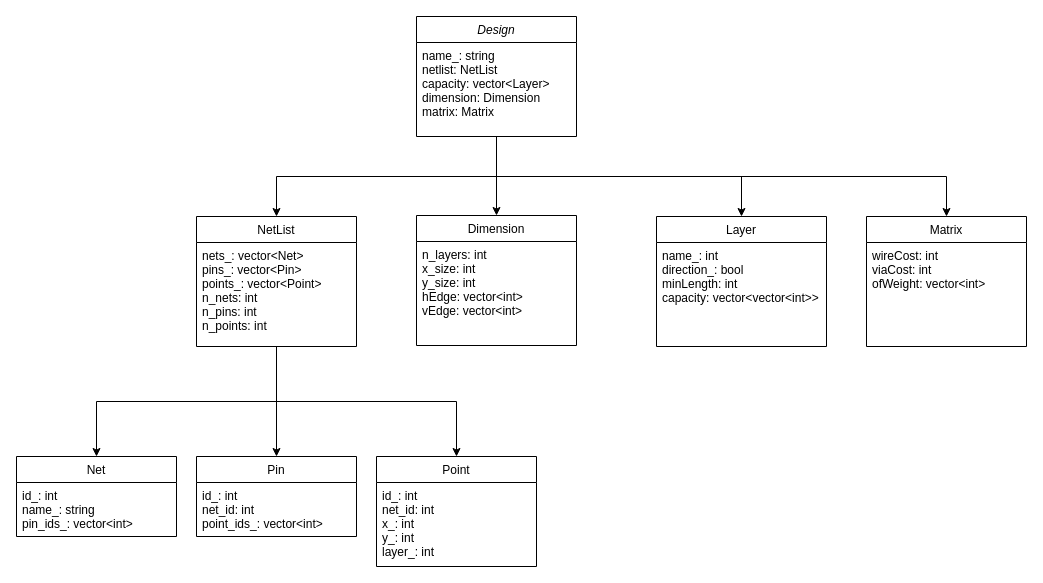
Above: Interface.drawio in Alanhsiu/NTUGR (draw.io), before the change. Source tidied: cells renumbered, new cells numbered last; positions are measured from the earlier drawing's top-left corner, leaving out a move shared by most shapes. Both pictures are drawn from the tidied source at 100%, with x=0, y=0 at pixel (16, 16).
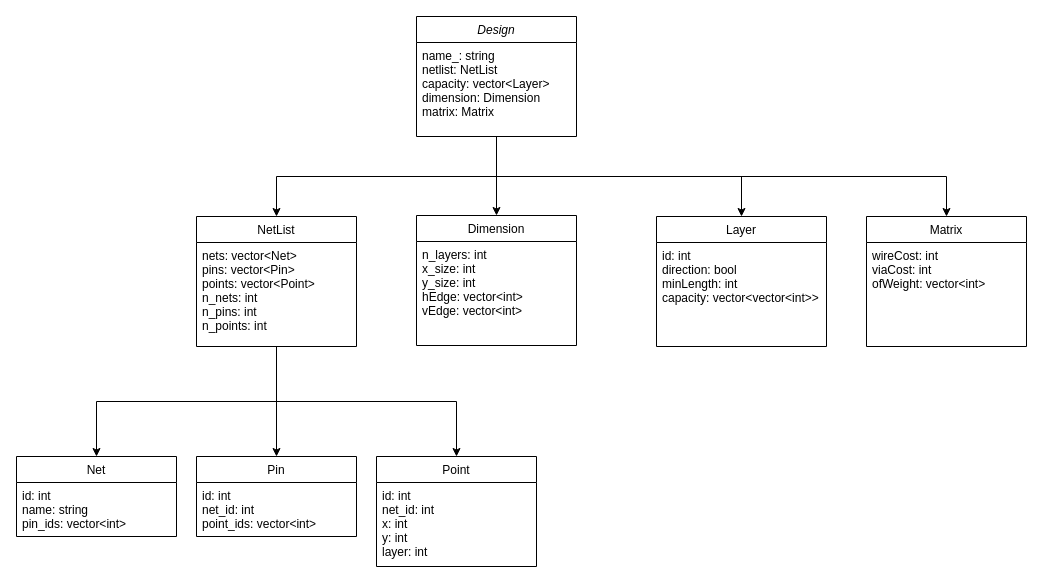
The same diagram, later.

Unchanged cells that the change refers to:
```xml
<mxCell id="5" value="NetList" style="swimlane;fontStyle=0;align=center;verticalAlign=top;horizontal=1;startSize=26;rounded=0;shadow=0;strokeWidth=1;" parent="1" vertex="1">
  <mxGeometry x="180" y="200" width="160" height="130" as="geometry" />
</mxCell>
<mxCell id="7" value="Net" style="swimlane;fontStyle=0;align=center;verticalAlign=top;horizontal=1;startSize=26;rounded=0;shadow=0;strokeWidth=1;" parent="1" vertex="1">
  <mxGeometry y="440" width="160" height="80" as="geometry" />
</mxCell>
<mxCell id="9" value="Pin" style="swimlane;fontStyle=0;align=center;verticalAlign=top;horizontal=1;startSize=26;rounded=0;shadow=0;strokeWidth=1;" parent="1" vertex="1">
  <mxGeometry x="180" y="440" width="160" height="80" as="geometry" />
</mxCell>
<mxCell id="13" value="Point" style="swimlane;fontStyle=0;align=center;verticalAlign=top;horizontal=1;startSize=26;rounded=0;shadow=0;strokeWidth=1;" parent="1" vertex="1">
  <mxGeometry x="360" y="440" width="160" height="110" as="geometry" />
</mxCell>
<mxCell id="23" value="Layer" style="swimlane;fontStyle=0;align=center;verticalAlign=top;horizontal=1;startSize=26;rounded=0;shadow=0;strokeWidth=1;" parent="1" vertex="1">
  <mxGeometry x="640" y="200" width="170" height="130" as="geometry" />
</mxCell>
```

Change to the diagram source:
```diff
@@
-    <mxCell id="6" value="nets_: vector&lt;Net&gt;&#10;pins_: vector&lt;Pin&gt;&#10;points_: vector&lt;Point&gt;&#10;n_nets: int&#10;n_pins: int&#10;n_points: int" style="text;align=left;verticalAlign=top;spacingLeft=4;spacingRight=4;overflow=hidden;" parent="5" vertex="1">
+    <mxCell id="6" value="nets: vector&lt;Net&gt;&#10;pins: vector&lt;Pin&gt;&#10;points: vector&lt;Point&gt;&#10;n_nets: int&#10;n_pins: int&#10;n_points: int" style="text;align=left;verticalAlign=top;spacingLeft=4;spacingRight=4;overflow=hidden;" parent="5" vertex="1">
       <mxGeometry y="26" width="160" height="104" as="geometry" />
     </mxCell>
@@
-    <mxCell id="8" value="id_: int&#10;name_: string&#10;pin_ids_: vector&lt;int&gt;" style="text;align=left;verticalAlign=top;spacingLeft=4;spacingRight=4;overflow=hidden;rounded=0;shadow=0;html=0;" parent="7" vertex="1">
+    <mxCell id="8" value="id: int&#10;name: string&#10;pin_ids: vector&lt;int&gt;" style="text;align=left;verticalAlign=top;spacingLeft=4;spacingRight=4;overflow=hidden;rounded=0;shadow=0;html=0;" parent="7" vertex="1">
       <mxGeometry y="26" width="160" height="54" as="geometry" />
     </mxCell>
@@
-    <mxCell id="10" value="id_: int&#10;net_id: int&#10;point_ids_: vector&lt;int&gt;" style="text;align=left;verticalAlign=top;spacingLeft=4;spacingRight=4;overflow=hidden;" parent="9" vertex="1">
+    <mxCell id="10" value="id: int&#10;net_id: int&#10;point_ids: vector&lt;int&gt;" style="text;align=left;verticalAlign=top;spacingLeft=4;spacingRight=4;overflow=hidden;" parent="9" vertex="1">
       <mxGeometry y="26" width="160" height="54" as="geometry" />
     </mxCell>
@@
-    <mxCell id="14" value="id_: int&#10;net_id: int&#10;x_: int&#10;y_: int&#10;layer_: int" style="text;align=left;verticalAlign=top;spacingLeft=4;spacingRight=4;overflow=hidden;" parent="13" vertex="1">
+    <mxCell id="14" value="id: int&#10;net_id: int&#10;x: int&#10;y: int&#10;layer: int" style="text;align=left;verticalAlign=top;spacingLeft=4;spacingRight=4;overflow=hidden;" parent="13" vertex="1">
       <mxGeometry y="26" width="160" height="84" as="geometry" />
     </mxCell>
@@
-    <mxCell id="24" value="name_: int&#10;direction_: bool&#10;minLength: int&#10;capacity: vector&lt;vector&lt;int&gt;&gt;" style="text;align=left;verticalAlign=top;spacingLeft=4;spacingRight=4;overflow=hidden;" parent="23" vertex="1">
+    <mxCell id="24" value="id: int&#10;direction: bool&#10;minLength: int&#10;capacity: vector&lt;vector&lt;int&gt;&gt;" style="text;align=left;verticalAlign=top;spacingLeft=4;spacingRight=4;overflow=hidden;" parent="23" vertex="1">
       <mxGeometry y="26" width="170" height="104" as="geometry" />
     </mxCell>
```
